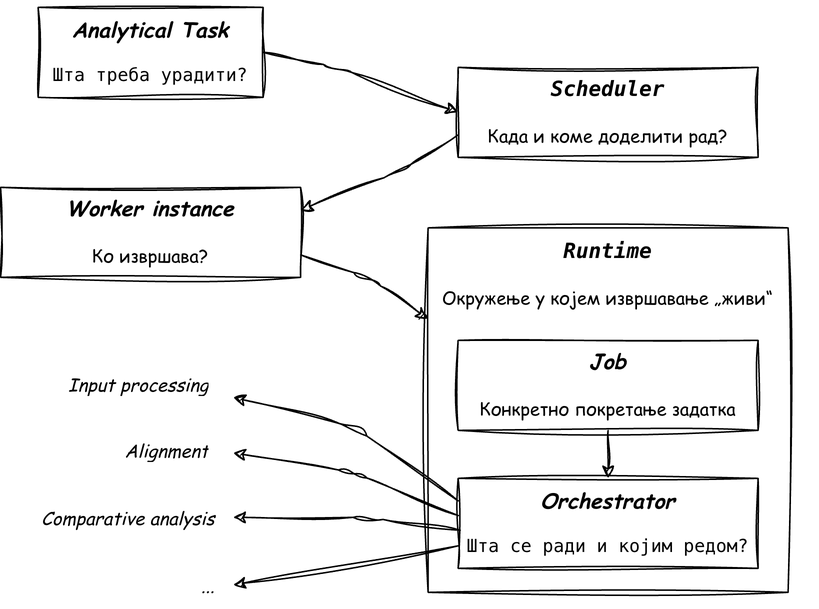
Earlier version of the draw.io export figures/system-results/schematic-diagrams/export/task-execution-model-schematic.png (RogovGreg/master-thesis). Source tidied: cells renumbered, new cells last; positions are measured from the earlier drawing's top-left corner, leaving out a move shared by most shapes. Source of this version:
```xml
<mxGraphModel>
  <root>
    <mxCell id="0" />
    <mxCell id="1" parent="0" />
    <mxCell id="2" value="&lt;pre dir=&quot;ltr&quot;&gt;&lt;font face=&quot;Comic Sans MS&quot;&gt;&lt;code&gt;&lt;font style=&quot;font-size: 14px;&quot;&gt;&lt;b&gt;&lt;i&gt;Runtime&lt;/i&gt;&lt;/b&gt;&lt;/font&gt;&lt;br&gt;&lt;/code&gt;&lt;br&gt;Окружење у којем извршавање „живи“&lt;/font&gt;&lt;/pre&gt;" style="text;html=1;whiteSpace=wrap;strokeColor=none;fillColor=none;align=center;verticalAlign=middle;rounded=0;" parent="1" vertex="1">
      <mxGeometry x="265" y="148" width="280" height="60" as="geometry" />
    </mxCell>
    <mxCell id="3" value="&lt;pre dir=&quot;ltr&quot;&gt;&lt;code style=&quot;&quot;&gt;&lt;font style=&quot;font-family: &amp;quot;Comic Sans MS&amp;quot;; font-size: 14px;&quot;&gt;&lt;b style=&quot;&quot;&gt;&lt;i&gt;Analytical Task&lt;/i&gt;&lt;br&gt;&lt;/b&gt;&lt;/font&gt;&lt;/code&gt;&lt;br&gt;Шта треба урадити?&lt;/pre&gt;" style="rounded=0;whiteSpace=wrap;html=1;fillStyle=zigzag-line;fillColor=none;perimeterSpacing=0;sketch=1;curveFitting=1;jiggle=2;" parent="1" vertex="1">
      <mxGeometry x="25" width="150" height="60" as="geometry" />
    </mxCell>
    <mxCell id="4" value="&lt;pre dir=&quot;ltr&quot;&gt;&lt;code&gt;&lt;pre dir=&quot;ltr&quot;&gt;&lt;font face=&quot;Comic Sans MS&quot;&gt;&lt;code&gt;&lt;font style=&quot;&quot;&gt;&lt;b style=&quot;font-size: 14px;&quot;&gt;&lt;i&gt;Scheduler&lt;/i&gt;&lt;br&gt;&lt;/b&gt;&lt;/font&gt;&lt;/code&gt;&lt;br&gt;Када и коме доделити рад?&lt;/font&gt;&lt;/pre&gt;&lt;/code&gt;&lt;/pre&gt;" style="rounded=0;whiteSpace=wrap;html=1;fillStyle=zigzag-line;fillColor=none;perimeterSpacing=0;sketch=1;curveFitting=1;jiggle=2;" parent="1" vertex="1">
      <mxGeometry x="305" y="40" width="200" height="60" as="geometry" />
    </mxCell>
    <mxCell id="5" value="&lt;pre dir=&quot;ltr&quot;&gt;&lt;code&gt;&lt;pre dir=&quot;ltr&quot;&gt;&lt;code style=&quot;&quot;&gt;&lt;font style=&quot;&quot;&gt;&lt;b style=&quot;font-size: 14px;&quot;&gt;&lt;i style=&quot;&quot;&gt;&lt;font face=&quot;Comic Sans MS&quot;&gt;Worker instance&lt;/font&gt;&lt;/i&gt;&lt;font face=&quot;Comic Sans MS&quot;&gt;&lt;br&gt;&lt;/font&gt;&lt;/b&gt;&lt;/font&gt;&lt;/code&gt;&lt;font face=&quot;Comic Sans MS&quot;&gt;&lt;br&gt;Ко извршава?&lt;/font&gt;&lt;/pre&gt;&lt;/code&gt;&lt;/pre&gt;" style="rounded=0;whiteSpace=wrap;html=1;fillStyle=zigzag-line;fillColor=none;perimeterSpacing=0;sketch=1;curveFitting=1;jiggle=2;" parent="1" vertex="1">
      <mxGeometry y="120" width="200" height="60" as="geometry" />
    </mxCell>
    <mxCell id="6" value="&lt;pre dir=&quot;ltr&quot;&gt;&lt;code&gt;&lt;pre dir=&quot;ltr&quot;&gt;&lt;br&gt;&lt;/pre&gt;&lt;/code&gt;&lt;/pre&gt;" style="rounded=0;whiteSpace=wrap;html=1;fillStyle=zigzag-line;fillColor=none;perimeterSpacing=0;sketch=1;curveFitting=1;jiggle=2;" parent="1" vertex="1">
      <mxGeometry x="285" y="147" width="240" height="243" as="geometry" />
    </mxCell>
    <mxCell id="7" style="edgeStyle=orthogonalEdgeStyle;rounded=1;jettySize=auto;html=1;exitX=0.5;exitY=1;exitDx=0;exitDy=0;entryX=0.5;entryY=0;entryDx=0;entryDy=0;sketch=1;curveFitting=1;jiggle=2;" parent="1" edge="1" source="8" target="9">
      <mxGeometry relative="1" as="geometry" />
    </mxCell>
    <mxCell id="8" value="&lt;pre dir=&quot;ltr&quot;&gt;&lt;code&gt;&lt;pre dir=&quot;ltr&quot;&gt;&lt;font face=&quot;Comic Sans MS&quot;&gt;&lt;code&gt;&lt;font style=&quot;&quot;&gt;&lt;b style=&quot;font-size: 14px;&quot;&gt;&lt;i&gt;&lt;font face=&quot;Comic Sans MS&quot;&gt;Job&lt;/font&gt;&lt;/i&gt;&lt;br&gt;&lt;/b&gt;&lt;/font&gt;&lt;/code&gt;&lt;br&gt;&lt;/font&gt;&lt;font face=&quot;Comic Sans MS&quot;&gt;Конкретно покретање задатка&lt;/font&gt;&lt;/pre&gt;&lt;/code&gt;&lt;/pre&gt;" style="rounded=0;whiteSpace=wrap;html=1;fillStyle=zigzag-line;fillColor=none;perimeterSpacing=0;sketch=1;curveFitting=1;jiggle=2;" parent="1" vertex="1">
      <mxGeometry x="305" y="222" width="200" height="60" as="geometry" />
    </mxCell>
    <mxCell id="9" value="&lt;pre dir=&quot;ltr&quot;&gt;&lt;code&gt;&lt;pre dir=&quot;ltr&quot;&gt;&lt;pre dir=&quot;ltr&quot;&gt;&lt;code&gt;&lt;font face=&quot;Comic Sans MS&quot; style=&quot;&quot;&gt;&lt;b style=&quot;&quot;&gt;&lt;span style=&quot;font-size: 14px;&quot;&gt;&lt;i&gt;Orchestrator&lt;/i&gt;&lt;br&gt;&lt;/span&gt;&lt;/b&gt;&lt;/font&gt;&lt;/code&gt;&lt;br&gt;Шта се ради и којим редом?&lt;/pre&gt;&lt;/pre&gt;&lt;/code&gt;&lt;/pre&gt;" style="rounded=0;whiteSpace=wrap;html=1;fillStyle=zigzag-line;fillColor=none;perimeterSpacing=0;sketch=1;curveFitting=1;jiggle=2;" parent="1" vertex="1">
      <mxGeometry x="305" y="314" width="200" height="60" as="geometry" />
    </mxCell>
    <mxCell id="10" style="endArrow=classic;html=1;rounded=1;exitX=1;exitY=0.5;exitDx=0;exitDy=0;entryX=0;entryY=0.5;entryDx=0;entryDy=0;sketch=1;curveFitting=1;jiggle=2;" parent="1" edge="1" source="3" target="4">
      <mxGeometry relative="1" as="geometry">
        <Array as="points">
          <mxPoint x="225" y="40" />
        </Array>
      </mxGeometry>
    </mxCell>
    <mxCell id="11" style="endArrow=classic;html=1;rounded=1;exitX=0;exitY=0.75;exitDx=0;exitDy=0;entryX=1;entryY=0.25;entryDx=0;entryDy=0;sketch=1;curveFitting=1;jiggle=2;" parent="1" edge="1" source="4" target="5">
      <mxGeometry relative="1" as="geometry">
        <Array as="points">
          <mxPoint x="265" y="110" />
        </Array>
      </mxGeometry>
    </mxCell>
    <mxCell id="12" style="endArrow=classic;html=1;rounded=1;exitX=1;exitY=0.75;exitDx=0;exitDy=0;sketch=1;curveFitting=1;jiggle=2;entryX=0;entryY=0.25;entryDx=0;entryDy=0;" parent="1" edge="1" source="5" target="6">
      <mxGeometry relative="1" as="geometry">
        <Array as="points">
          <mxPoint x="245" y="180" />
        </Array>
      </mxGeometry>
    </mxCell>
    <mxCell id="13" value="&lt;font face=&quot;Comic Sans MS&quot;&gt;&lt;i&gt;Input processing&lt;/i&gt;&lt;/font&gt;" style="text;strokeColor=none;fillColor=none;align=right;verticalAlign=middle;spacingLeft=4;spacingRight=4;overflow=hidden;whiteSpace=wrap;html=1;" parent="1" vertex="1">
      <mxGeometry x="35" y="237" width="110" height="30" as="geometry" />
    </mxCell>
    <mxCell id="14" value="&lt;font face=&quot;Comic Sans MS&quot;&gt;&lt;i&gt;Alignment&lt;/i&gt;&lt;/font&gt;" style="text;strokeColor=none;fillColor=none;align=right;verticalAlign=middle;spacingLeft=4;spacingRight=4;overflow=hidden;whiteSpace=wrap;html=1;" parent="1" vertex="1">
      <mxGeometry x="75" y="281" width="70" height="30" as="geometry" />
    </mxCell>
    <mxCell id="15" value="&lt;font face=&quot;Comic Sans MS&quot;&gt;&lt;i&gt;Comparative analysis&lt;/i&gt;&lt;/font&gt;" style="text;html=1;whiteSpace=wrap;strokeColor=none;fillColor=none;align=right;verticalAlign=middle;rounded=0;" parent="1" vertex="1">
      <mxGeometry x="13" y="326" width="132" height="30" as="geometry" />
    </mxCell>
    <mxCell id="16" value="&lt;font face=&quot;Comic Sans MS&quot;&gt;&lt;i&gt;...&lt;/i&gt;&lt;/font&gt;" style="text;html=1;whiteSpace=wrap;strokeColor=none;fillColor=none;align=right;verticalAlign=middle;rounded=0;" parent="1" vertex="1">
      <mxGeometry x="105" y="371" width="40" height="30" as="geometry" />
    </mxCell>
    <mxCell id="17" style="endArrow=classic;html=1;rounded=1;sketch=1;curveFitting=1;jiggle=2;exitX=0;exitY=0.25;exitDx=0;exitDy=0;" parent="1" edge="1" source="9">
      <mxGeometry relative="1" as="geometry">
        <mxPoint x="155" y="260" as="targetPoint" />
        <Array as="points">
          <mxPoint x="236" y="280" />
        </Array>
      </mxGeometry>
    </mxCell>
    <mxCell id="18" style="endArrow=classic;html=1;rounded=1;sketch=1;curveFitting=1;jiggle=2;exitX=0.001;exitY=0.414;exitDx=0;exitDy=0;exitPerimeter=0;" parent="1" edge="1" source="9">
      <mxGeometry relative="1" as="geometry">
        <mxPoint x="155" y="297" as="targetPoint" />
        <Array as="points">
          <mxPoint x="235" y="310" />
        </Array>
      </mxGeometry>
    </mxCell>
    <mxCell id="19" style="endArrow=classic;html=1;rounded=1;sketch=1;curveFitting=1;jiggle=2;exitX=0.007;exitY=0.577;exitDx=0;exitDy=0;exitPerimeter=0;" parent="1" edge="1" source="9">
      <mxGeometry relative="1" as="geometry">
        <mxPoint x="155" y="340" as="targetPoint" />
        <Array as="points">
          <mxPoint x="245" y="340" />
        </Array>
      </mxGeometry>
    </mxCell>
    <mxCell id="20" style="endArrow=classic;html=1;rounded=1;sketch=1;curveFitting=1;jiggle=2;exitX=0;exitY=0.75;exitDx=0;exitDy=0;" parent="1" edge="1" source="9">
      <mxGeometry relative="1" as="geometry">
        <mxPoint x="155" y="385" as="targetPoint" />
      </mxGeometry>
    </mxCell>
  </root>
</mxGraphModel>
```
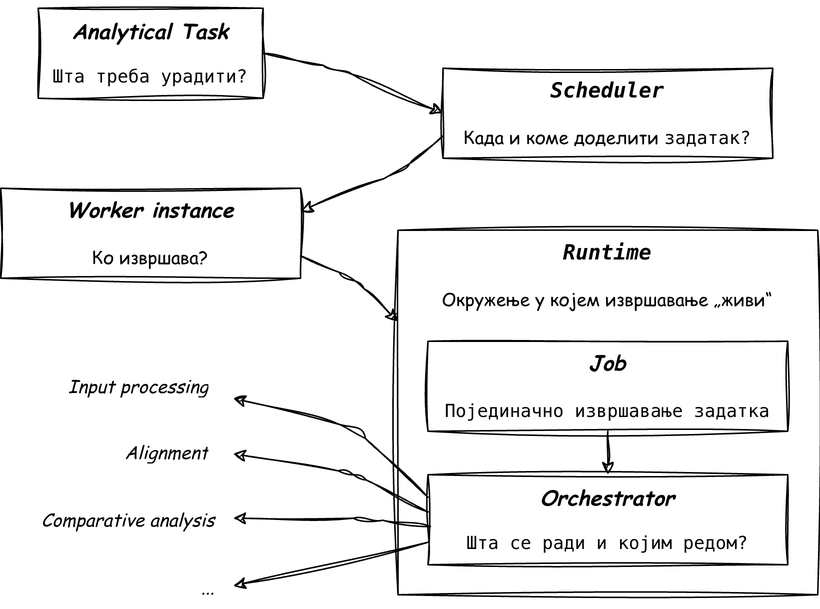
After the change.

Change to the diagram source:
```diff
@@ -2,29 +2,26 @@
   <root>
     <mxCell id="0" />
     <mxCell id="1" parent="0" />
-    <mxCell id="2" value="&lt;pre dir=&quot;ltr&quot;&gt;&lt;font face=&quot;Comic Sans MS&quot;&gt;&lt;code&gt;&lt;font style=&quot;font-size: 14px;&quot;&gt;&lt;b&gt;&lt;i&gt;Runtime&lt;/i&gt;&lt;/b&gt;&lt;/font&gt;&lt;br&gt;&lt;/code&gt;&lt;br&gt;Окружење у којем извршавање „живи“&lt;/font&gt;&lt;/pre&gt;" style="text;html=1;whiteSpace=wrap;strokeColor=none;fillColor=none;align=center;verticalAlign=middle;rounded=0;" parent="1" vertex="1">
-      <mxGeometry x="265" y="148" width="280" height="60" as="geometry" />
-    </mxCell>
     <mxCell id="3" value="&lt;pre dir=&quot;ltr&quot;&gt;&lt;code style=&quot;&quot;&gt;&lt;font style=&quot;font-family: &amp;quot;Comic Sans MS&amp;quot;; font-size: 14px;&quot;&gt;&lt;b style=&quot;&quot;&gt;&lt;i&gt;Analytical Task&lt;/i&gt;&lt;br&gt;&lt;/b&gt;&lt;/font&gt;&lt;/code&gt;&lt;br&gt;Шта треба урадити?&lt;/pre&gt;" style="rounded=0;whiteSpace=wrap;html=1;fillStyle=zigzag-line;fillColor=none;perimeterSpacing=0;sketch=1;curveFitting=1;jiggle=2;" parent="1" vertex="1">
       <mxGeometry x="25" width="150" height="60" as="geometry" />
     </mxCell>
-    <mxCell id="4" value="&lt;pre dir=&quot;ltr&quot;&gt;&lt;code&gt;&lt;pre dir=&quot;ltr&quot;&gt;&lt;font face=&quot;Comic Sans MS&quot;&gt;&lt;code&gt;&lt;font style=&quot;&quot;&gt;&lt;b style=&quot;font-size: 14px;&quot;&gt;&lt;i&gt;Scheduler&lt;/i&gt;&lt;br&gt;&lt;/b&gt;&lt;/font&gt;&lt;/code&gt;&lt;br&gt;Када и коме доделити рад?&lt;/font&gt;&lt;/pre&gt;&lt;/code&gt;&lt;/pre&gt;" style="rounded=0;whiteSpace=wrap;html=1;fillStyle=zigzag-line;fillColor=none;perimeterSpacing=0;sketch=1;curveFitting=1;jiggle=2;" parent="1" vertex="1">
-      <mxGeometry x="305" y="40" width="200" height="60" as="geometry" />
+    <mxCell id="4" value="&lt;pre dir=&quot;ltr&quot;&gt;&lt;code&gt;&lt;pre dir=&quot;ltr&quot;&gt;&lt;font face=&quot;Comic Sans MS&quot;&gt;&lt;code&gt;&lt;font style=&quot;&quot;&gt;&lt;b style=&quot;font-size: 14px;&quot;&gt;&lt;i&gt;Scheduler&lt;/i&gt;&lt;br&gt;&lt;/b&gt;&lt;/font&gt;&lt;/code&gt;&lt;br&gt;Када и коме доделити &lt;/font&gt;задатак?&lt;br&gt;&lt;/pre&gt;&lt;/code&gt;&lt;/pre&gt;" style="rounded=0;whiteSpace=wrap;html=1;fillStyle=zigzag-line;fillColor=none;perimeterSpacing=0;sketch=1;curveFitting=1;jiggle=2;" parent="1" vertex="1">
+      <mxGeometry x="295" y="40" width="220" height="60" as="geometry" />
     </mxCell>
     <mxCell id="5" value="&lt;pre dir=&quot;ltr&quot;&gt;&lt;code&gt;&lt;pre dir=&quot;ltr&quot;&gt;&lt;code style=&quot;&quot;&gt;&lt;font style=&quot;&quot;&gt;&lt;b style=&quot;font-size: 14px;&quot;&gt;&lt;i style=&quot;&quot;&gt;&lt;font face=&quot;Comic Sans MS&quot;&gt;Worker instance&lt;/font&gt;&lt;/i&gt;&lt;font face=&quot;Comic Sans MS&quot;&gt;&lt;br&gt;&lt;/font&gt;&lt;/b&gt;&lt;/font&gt;&lt;/code&gt;&lt;font face=&quot;Comic Sans MS&quot;&gt;&lt;br&gt;Ко извршава?&lt;/font&gt;&lt;/pre&gt;&lt;/code&gt;&lt;/pre&gt;" style="rounded=0;whiteSpace=wrap;html=1;fillStyle=zigzag-line;fillColor=none;perimeterSpacing=0;sketch=1;curveFitting=1;jiggle=2;" parent="1" vertex="1">
       <mxGeometry y="120" width="200" height="60" as="geometry" />
     </mxCell>
     <mxCell id="6" value="&lt;pre dir=&quot;ltr&quot;&gt;&lt;code&gt;&lt;pre dir=&quot;ltr&quot;&gt;&lt;br&gt;&lt;/pre&gt;&lt;/code&gt;&lt;/pre&gt;" style="rounded=0;whiteSpace=wrap;html=1;fillStyle=zigzag-line;fillColor=none;perimeterSpacing=0;sketch=1;curveFitting=1;jiggle=2;" parent="1" vertex="1">
-      <mxGeometry x="285" y="147" width="240" height="243" as="geometry" />
+      <mxGeometry x="265" y="148" width="280" height="243" as="geometry" />
     </mxCell>
     <mxCell id="7" style="edgeStyle=orthogonalEdgeStyle;rounded=1;jettySize=auto;html=1;exitX=0.5;exitY=1;exitDx=0;exitDy=0;entryX=0.5;entryY=0;entryDx=0;entryDy=0;sketch=1;curveFitting=1;jiggle=2;" parent="1" edge="1" source="8" target="9">
       <mxGeometry relative="1" as="geometry" />
     </mxCell>
-    <mxCell id="8" value="&lt;pre dir=&quot;ltr&quot;&gt;&lt;code&gt;&lt;pre dir=&quot;ltr&quot;&gt;&lt;font face=&quot;Comic Sans MS&quot;&gt;&lt;code&gt;&lt;font style=&quot;&quot;&gt;&lt;b style=&quot;font-size: 14px;&quot;&gt;&lt;i&gt;&lt;font face=&quot;Comic Sans MS&quot;&gt;Job&lt;/font&gt;&lt;/i&gt;&lt;br&gt;&lt;/b&gt;&lt;/font&gt;&lt;/code&gt;&lt;br&gt;&lt;/font&gt;&lt;font face=&quot;Comic Sans MS&quot;&gt;Конкретно покретање задатка&lt;/font&gt;&lt;/pre&gt;&lt;/code&gt;&lt;/pre&gt;" style="rounded=0;whiteSpace=wrap;html=1;fillStyle=zigzag-line;fillColor=none;perimeterSpacing=0;sketch=1;curveFitting=1;jiggle=2;" parent="1" vertex="1">
-      <mxGeometry x="305" y="222" width="200" height="60" as="geometry" />
+    <mxCell id="8" value="&lt;pre dir=&quot;ltr&quot;&gt;&lt;code&gt;&lt;pre dir=&quot;ltr&quot;&gt;&lt;font face=&quot;Comic Sans MS&quot;&gt;&lt;code&gt;&lt;font style=&quot;&quot;&gt;&lt;b style=&quot;font-size: 14px;&quot;&gt;&lt;i&gt;&lt;font face=&quot;Comic Sans MS&quot;&gt;Job&lt;/font&gt;&lt;/i&gt;&lt;br&gt;&lt;/b&gt;&lt;/font&gt;&lt;/code&gt;&lt;br&gt;&lt;/font&gt;Појединачно извршавање задатка&lt;font face=&quot;Comic Sans MS&quot;&gt;&lt;br&gt;&lt;/font&gt;&lt;/pre&gt;&lt;/code&gt;&lt;/pre&gt;" style="rounded=0;whiteSpace=wrap;html=1;fillStyle=zigzag-line;fillColor=none;perimeterSpacing=0;sketch=1;curveFitting=1;jiggle=2;" parent="1" vertex="1">
+      <mxGeometry x="285" y="222" width="240" height="60" as="geometry" />
     </mxCell>
     <mxCell id="9" value="&lt;pre dir=&quot;ltr&quot;&gt;&lt;code&gt;&lt;pre dir=&quot;ltr&quot;&gt;&lt;pre dir=&quot;ltr&quot;&gt;&lt;code&gt;&lt;font face=&quot;Comic Sans MS&quot; style=&quot;&quot;&gt;&lt;b style=&quot;&quot;&gt;&lt;span style=&quot;font-size: 14px;&quot;&gt;&lt;i&gt;Orchestrator&lt;/i&gt;&lt;br&gt;&lt;/span&gt;&lt;/b&gt;&lt;/font&gt;&lt;/code&gt;&lt;br&gt;Шта се ради и којим редом?&lt;/pre&gt;&lt;/pre&gt;&lt;/code&gt;&lt;/pre&gt;" style="rounded=0;whiteSpace=wrap;html=1;fillStyle=zigzag-line;fillColor=none;perimeterSpacing=0;sketch=1;curveFitting=1;jiggle=2;" parent="1" vertex="1">
-      <mxGeometry x="305" y="314" width="200" height="60" as="geometry" />
+      <mxGeometry x="285" y="311" width="240" height="60" as="geometry" />
     </mxCell>
     <mxCell id="10" style="endArrow=classic;html=1;rounded=1;exitX=1;exitY=0.5;exitDx=0;exitDy=0;entryX=0;entryY=0.5;entryDx=0;entryDy=0;sketch=1;curveFitting=1;jiggle=2;" parent="1" edge="1" source="3" target="4">
       <mxGeometry relative="1" as="geometry">
@@ -43,7 +40,7 @@
     <mxCell id="12" style="endArrow=classic;html=1;rounded=1;exitX=1;exitY=0.75;exitDx=0;exitDy=0;sketch=1;curveFitting=1;jiggle=2;entryX=0;entryY=0.25;entryDx=0;entryDy=0;" parent="1" edge="1" source="5" target="6">
       <mxGeometry relative="1" as="geometry">
         <Array as="points">
-          <mxPoint x="245" y="180" />
+          <mxPoint x="235" y="180" />
         </Array>
       </mxGeometry>
     </mxCell>
@@ -88,5 +85,8 @@
         <mxPoint x="155" y="385" as="targetPoint" />
       </mxGeometry>
     </mxCell>
+    <mxCell id="2" value="&lt;pre dir=&quot;ltr&quot;&gt;&lt;font face=&quot;Comic Sans MS&quot;&gt;&lt;code&gt;&lt;font style=&quot;font-size: 14px;&quot;&gt;&lt;b&gt;&lt;i&gt;Runtime&lt;/i&gt;&lt;/b&gt;&lt;/font&gt;&lt;br&gt;&lt;/code&gt;&lt;br&gt;Окружење у којем извршавање „живи“&lt;/font&gt;&lt;/pre&gt;" style="text;html=1;whiteSpace=wrap;strokeColor=none;fillColor=none;align=center;verticalAlign=middle;rounded=0;" parent="1" vertex="1">
+      <mxGeometry x="265" y="148" width="280" height="60" as="geometry" />
+    </mxCell>
   </root>
 </mxGraphModel>
```
